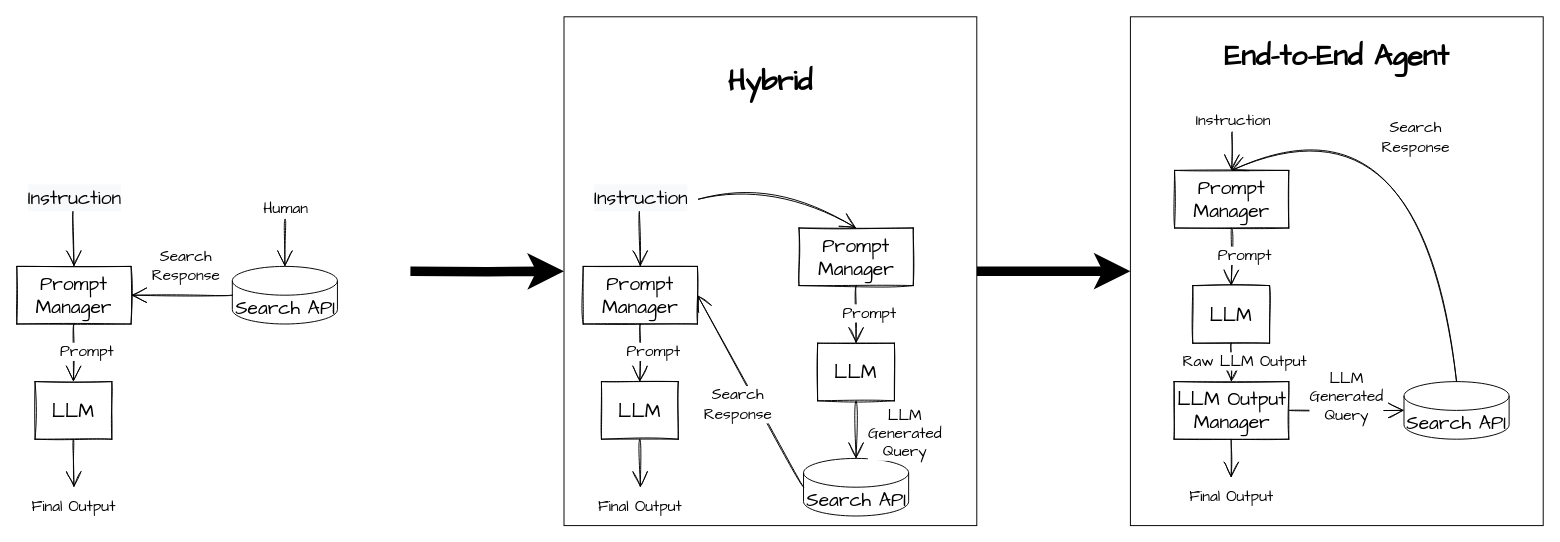
The draw.io diagram page "End-to-End Agent" (4 of 5) of img/LLMsTextSketch.drawio in dshieble/dshieble.github.io, before the edit. Source tidied: cells renumbered, new cells numbered last; positions are measured from the earlier drawing's top-left corner, leaving out a move shared by most shapes. Both pictures are drawn from the tidied source at 96%, with x=0, y=0 at pixel (16, 16).
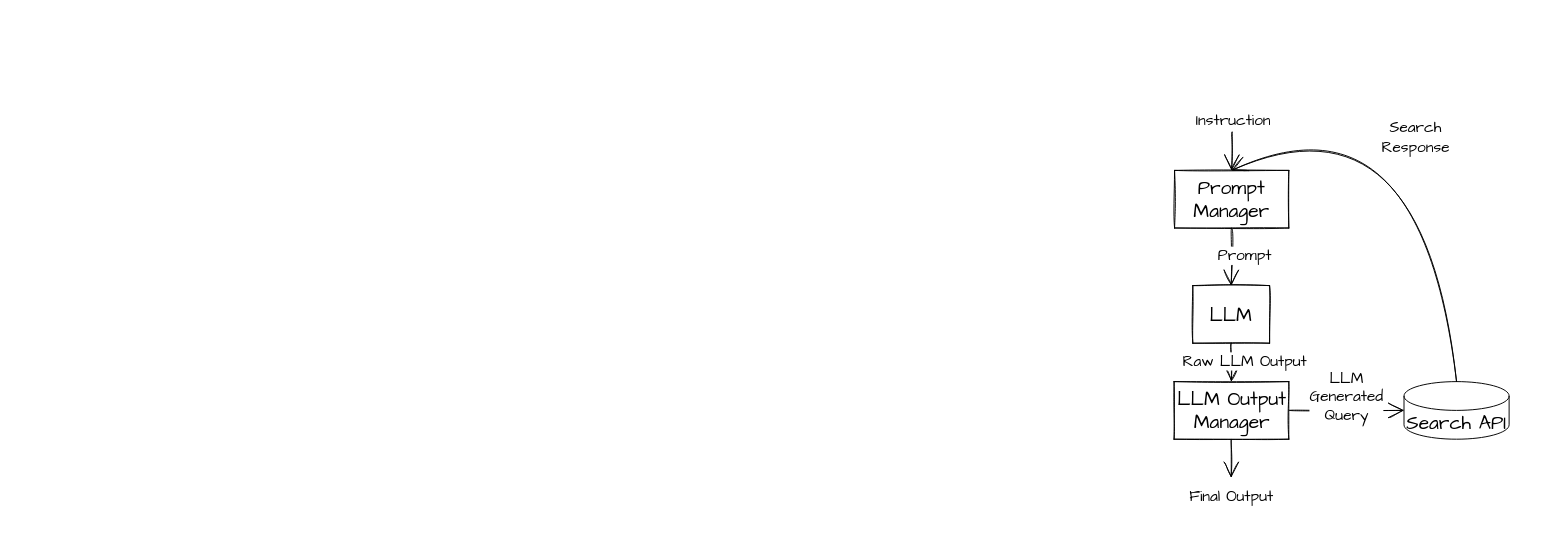
The same page after the edit.

Diff of the diagram source:
```diff
@@
-    <mxCell id="2" style="edgeStyle=orthogonalEdgeStyle;rounded=0;jettySize=auto;html=1;exitX=1;exitY=0.5;exitDx=0;exitDy=0;entryX=0;entryY=0.5;entryDx=0;entryDy=0;strokeWidth=10;" parent="1" edge="1" target="23">
-      <mxGeometry relative="1" as="geometry">
-        <mxPoint x="410" y="265" as="sourcePoint" />
-      </mxGeometry>
-    </mxCell>
-    <mxCell id="3" value="&lt;span style=&quot;color: rgb(0, 0, 0); font-family: &amp;quot;Architects Daughter&amp;quot;; font-style: normal; font-variant-ligatures: normal; font-variant-caps: normal; letter-spacing: normal; orphans: 2; text-align: center; text-indent: 0px; text-transform: none; widows: 2; word-spacing: 0px; -webkit-text-stroke-width: 0px; background-color: rgb(255, 255, 255); text-decoration-thickness: initial; text-decoration-style: initial; text-decoration-color: initial; float: none; display: inline !important;&quot;&gt;&lt;br&gt;&lt;b style=&quot;&quot;&gt;&lt;font style=&quot;font-size: 30px;&quot;&gt;End-to-End Agent&lt;br&gt;&lt;/font&gt;&lt;/b&gt;&lt;br&gt;&lt;br&gt;&lt;br&gt;&lt;br&gt;&lt;br&gt;&lt;br&gt;&lt;br&gt;&lt;br&gt;&lt;br&gt;&lt;br&gt;&lt;br&gt;&lt;br&gt;&lt;br&gt;&lt;br&gt;&lt;br&gt;&lt;br&gt;&lt;br&gt;&lt;br&gt;&lt;br&gt;&lt;br&gt;&lt;br&gt;&lt;br&gt;&lt;br&gt;&lt;br&gt;&lt;br&gt;&lt;br&gt;&lt;br&gt;&lt;br&gt;&lt;br&gt;&lt;br&gt;&lt;/span&gt;" style="rounded=0;whiteSpace=wrap;html=1;" parent="1" vertex="1">
-      <mxGeometry x="1160" width="430" height="530" as="geometry" />
-    </mxCell>
@@
-    <mxCell id="14" value="&lt;span style=&quot;font-size: 20px; background-color: rgb(248, 249, 250);&quot;&gt;Instruction&lt;/span&gt;" style="edgeStyle=none;curved=1;rounded=0;sketch=1;hachureGap=4;jettySize=auto;html=1;fontFamily=Architects Daughter;fontSize=16;endArrow=open;startSize=14;endSize=14;sourcePerimeterSpacing=8;targetPerimeterSpacing=8;entryX=0.5;entryY=0;entryDx=0;entryDy=0;" parent="1" edge="1" target="17">
-      <mxGeometry x="-1" y="12" relative="1" as="geometry">
-        <mxPoint x="59" y="200" as="sourcePoint" />
-        <mxPoint x="-11" y="-12" as="offset" />
-      </mxGeometry>
-    </mxCell>
-    <mxCell id="15" value="&lt;span style=&quot;font-family: &amp;quot;architects daughter&amp;quot; ; font-size: 20px&quot;&gt;Search API&lt;/span&gt;" style="shape=cylinder3;whiteSpace=wrap;html=1;boundedLbl=1;backgroundOutline=1;size=15;" parent="1" vertex="1">
-      <mxGeometry x="224.5" y="260" width="109.5" height="60" as="geometry" />
-    </mxCell>
-    <mxCell id="16" value="LLM" style="rounded=0;whiteSpace=wrap;html=1;sketch=1;hachureGap=4;fontFamily=Architects Daughter;fontSize=20;" parent="1" vertex="1">
-      <mxGeometry x="19" y="380" width="80" height="60" as="geometry" />
-    </mxCell>
-    <mxCell id="17" value="Prompt Manager" style="rounded=0;whiteSpace=wrap;html=1;sketch=1;hachureGap=4;fontFamily=Architects Daughter;fontSize=20;" parent="1" vertex="1">
-      <mxGeometry y="260" width="119" height="60" as="geometry" />
-    </mxCell>
-    <mxCell id="18" value="Prompt" style="edgeStyle=none;curved=1;rounded=0;sketch=1;hachureGap=4;jettySize=auto;html=1;fontFamily=Architects Daughter;fontSize=16;endArrow=open;startSize=14;endSize=14;sourcePerimeterSpacing=8;targetPerimeterSpacing=8;entryX=0.5;entryY=0;entryDx=0;entryDy=0;" parent="1" edge="1" target="16">
-      <mxGeometry x="-0.03" y="14" relative="1" as="geometry">
-        <mxPoint x="59.5" y="320" as="sourcePoint" />
-      </mxGeometry>
-    </mxCell>
-    <mxCell id="19" value="Final Output" style="edgeStyle=none;curved=1;rounded=0;sketch=1;hachureGap=4;jettySize=auto;html=1;fontFamily=Architects Daughter;fontSize=16;endArrow=open;startSize=14;endSize=14;sourcePerimeterSpacing=8;targetPerimeterSpacing=8;exitX=0.5;exitY=1;exitDx=0;exitDy=0;" parent="1" edge="1" source="16">
-      <mxGeometry x="1" y="20" relative="1" as="geometry">
-        <mxPoint x="59.5" y="490" as="targetPoint" />
-        <mxPoint x="-20" y="20" as="offset" />
-      </mxGeometry>
-    </mxCell>
-    <mxCell id="20" value="Search&lt;br&gt;Response" style="edgeStyle=none;curved=1;rounded=0;sketch=1;hachureGap=4;jettySize=auto;html=1;fontFamily=Architects Daughter;fontSize=16;endArrow=open;startSize=14;endSize=14;sourcePerimeterSpacing=8;targetPerimeterSpacing=8;entryX=1;entryY=0.5;entryDx=0;entryDy=0;exitX=0;exitY=0.5;exitDx=0;exitDy=0;exitPerimeter=0;" parent="1" edge="1" source="15" target="17">
-      <mxGeometry x="-0.05" y="-30" relative="1" as="geometry">
-        <mxPoint x="1" as="offset" />
-      </mxGeometry>
-    </mxCell>
-    <mxCell id="21" value="Human&lt;span style=&quot;font-size: 20px; background-color: rgb(248, 249, 250);&quot;&gt;&lt;br&gt;&lt;/span&gt;" style="edgeStyle=none;curved=1;rounded=0;sketch=1;hachureGap=4;jettySize=auto;html=1;fontFamily=Architects Daughter;fontSize=16;endArrow=open;startSize=14;endSize=14;sourcePerimeterSpacing=8;targetPerimeterSpacing=8;entryX=0.5;entryY=0;entryDx=0;entryDy=0;entryPerimeter=0;" parent="1" edge="1" target="15">
-      <mxGeometry x="-1" y="12" relative="1" as="geometry">
-        <mxPoint x="279.5" y="210" as="sourcePoint" />
-        <mxPoint x="-11" y="-12" as="offset" />
-      </mxGeometry>
-    </mxCell>
-    <mxCell id="22" style="edgeStyle=orthogonalEdgeStyle;rounded=0;jettySize=auto;html=1;exitX=1;exitY=0.5;exitDx=0;exitDy=0;entryX=0;entryY=0.5;entryDx=0;entryDy=0;strokeWidth=10;" parent="1" edge="1" source="23" target="3">
-      <mxGeometry relative="1" as="geometry" />
-    </mxCell>
-    <mxCell id="23" value="&lt;b style=&quot;border-color: var(--border-color); font-family: &amp;quot;Architects Daughter&amp;quot;;&quot;&gt;&lt;font style=&quot;border-color: var(--border-color); font-size: 30px;&quot;&gt;Hybrid&lt;br&gt;&lt;br&gt;&lt;br&gt;&lt;br&gt;&lt;br&gt;&lt;br&gt;&lt;br&gt;&lt;br&gt;&lt;br&gt;&lt;br&gt;&lt;br&gt;&lt;br style=&quot;border-color: var(--border-color);&quot;&gt;&lt;/font&gt;&lt;/b&gt;" style="rounded=0;whiteSpace=wrap;html=1;" parent="1" vertex="1">
-      <mxGeometry x="570" width="430" height="530" as="geometry" />
-    </mxCell>
-    <mxCell id="24" value="&lt;span style=&quot;font-size: 20px; background-color: rgb(248, 249, 250);&quot;&gt;Instruction&lt;/span&gt;" style="edgeStyle=none;curved=1;rounded=0;sketch=1;hachureGap=4;jettySize=auto;html=1;fontFamily=Architects Daughter;fontSize=16;endArrow=open;startSize=14;endSize=14;sourcePerimeterSpacing=8;targetPerimeterSpacing=8;entryX=0.5;entryY=0;entryDx=0;entryDy=0;" parent="1" edge="1" target="27">
-      <mxGeometry x="-1" y="12" relative="1" as="geometry">
-        <mxPoint x="649" y="200" as="sourcePoint" />
-        <mxPoint x="-11" y="-12" as="offset" />
-      </mxGeometry>
-    </mxCell>
-    <mxCell id="25" value="&lt;span style=&quot;font-family: &amp;quot;architects daughter&amp;quot; ; font-size: 20px&quot;&gt;Search API&lt;/span&gt;" style="shape=cylinder3;whiteSpace=wrap;html=1;boundedLbl=1;backgroundOutline=1;size=15;" parent="1" vertex="1">
-      <mxGeometry x="819.5" y="460" width="109.5" height="60" as="geometry" />
-    </mxCell>
-    <mxCell id="26" value="LLM" style="rounded=0;whiteSpace=wrap;html=1;sketch=1;hachureGap=4;fontFamily=Architects Daughter;fontSize=20;" parent="1" vertex="1">
-      <mxGeometry x="609" y="380" width="80" height="60" as="geometry" />
-    </mxCell>
-    <mxCell id="27" value="Prompt Manager" style="rounded=0;whiteSpace=wrap;html=1;sketch=1;hachureGap=4;fontFamily=Architects Daughter;fontSize=20;" parent="1" vertex="1">
-      <mxGeometry x="590" y="260" width="119" height="60" as="geometry" />
-    </mxCell>
-    <mxCell id="28" value="Prompt" style="edgeStyle=none;curved=1;rounded=0;sketch=1;hachureGap=4;jettySize=auto;html=1;fontFamily=Architects Daughter;fontSize=16;endArrow=open;startSize=14;endSize=14;sourcePerimeterSpacing=8;targetPerimeterSpacing=8;entryX=0.5;entryY=0;entryDx=0;entryDy=0;" parent="1" edge="1" target="26">
-      <mxGeometry x="-0.03" y="14" relative="1" as="geometry">
-        <mxPoint x="649.5" y="320" as="sourcePoint" />
-      </mxGeometry>
-    </mxCell>
-    <mxCell id="29" value="Final Output" style="edgeStyle=none;curved=1;rounded=0;sketch=1;hachureGap=4;jettySize=auto;html=1;fontFamily=Architects Daughter;fontSize=16;endArrow=open;startSize=14;endSize=14;sourcePerimeterSpacing=8;targetPerimeterSpacing=8;exitX=0.5;exitY=1;exitDx=0;exitDy=0;" parent="1" edge="1" source="26">
-      <mxGeometry x="1" y="20" relative="1" as="geometry">
-        <mxPoint x="649.5" y="490" as="targetPoint" />
-        <mxPoint x="-20" y="20" as="offset" />
-      </mxGeometry>
-    </mxCell>
-    <mxCell id="30" value="Search&lt;br&gt;Response" style="edgeStyle=none;curved=1;rounded=0;sketch=1;hachureGap=4;jettySize=auto;html=1;fontFamily=Architects Daughter;fontSize=16;endArrow=open;startSize=14;endSize=14;sourcePerimeterSpacing=8;targetPerimeterSpacing=8;entryX=1;entryY=0.5;entryDx=0;entryDy=0;exitX=0;exitY=0.5;exitDx=0;exitDy=0;exitPerimeter=0;" parent="1" edge="1" source="25" target="27">
-      <mxGeometry x="-0.05" y="19" relative="1" as="geometry">
-        <mxPoint x="1" as="offset" />
-      </mxGeometry>
-    </mxCell>
-    <mxCell id="31" value="LLM&lt;br&gt;Generated&lt;br&gt;Query" style="edgeStyle=none;curved=1;rounded=0;sketch=1;hachureGap=4;jettySize=auto;html=1;fontFamily=Architects Daughter;fontSize=16;endArrow=open;startSize=14;endSize=14;sourcePerimeterSpacing=8;targetPerimeterSpacing=8;entryX=0.5;entryY=0;entryDx=0;entryDy=0;exitX=0.5;exitY=1;exitDx=0;exitDy=0;entryPerimeter=0;" parent="1" edge="1" source="32" target="25">
-      <mxGeometry x="0.14" y="51" relative="1" as="geometry" />
-    </mxCell>
-    <mxCell id="32" value="LLM" style="rounded=0;whiteSpace=wrap;html=1;sketch=1;hachureGap=4;fontFamily=Architects Daughter;fontSize=20;" parent="1" vertex="1">
-      <mxGeometry x="834.2" y="340" width="80" height="60" as="geometry" />
-    </mxCell>
-    <mxCell id="33" value="Prompt Manager" style="rounded=0;whiteSpace=wrap;html=1;sketch=1;hachureGap=4;fontFamily=Architects Daughter;fontSize=20;" parent="1" vertex="1">
-      <mxGeometry x="814.8" y="220" width="119" height="60" as="geometry" />
-    </mxCell>
-    <mxCell id="34" value="Prompt" style="edgeStyle=none;curved=1;rounded=0;sketch=1;hachureGap=4;jettySize=auto;html=1;fontFamily=Architects Daughter;fontSize=16;endArrow=open;startSize=14;endSize=14;sourcePerimeterSpacing=8;targetPerimeterSpacing=8;exitX=0.5;exitY=1;exitDx=0;exitDy=0;entryX=0.5;entryY=0;entryDx=0;entryDy=0;" parent="1" edge="1" source="33" target="32">
-      <mxGeometry x="-0.03" y="14" relative="1" as="geometry" />
-    </mxCell>
-    <mxCell id="35" style="edgeStyle=none;curved=1;rounded=0;sketch=1;hachureGap=4;jettySize=auto;html=1;fontFamily=Architects Daughter;fontSize=16;endArrow=open;startSize=14;endSize=14;sourcePerimeterSpacing=8;targetPerimeterSpacing=8;entryX=0.5;entryY=0;entryDx=0;entryDy=0;" parent="1" edge="1" target="33">
-      <mxGeometry x="-1" y="12" relative="1" as="geometry">
-        <mxPoint x="710" y="190" as="sourcePoint" />
-        <Array as="points">
-          <mxPoint x="790" y="170" />
-        </Array>
-        <mxPoint x="-11" y="-12" as="offset" />
-      </mxGeometry>
-    </mxCell>
```
